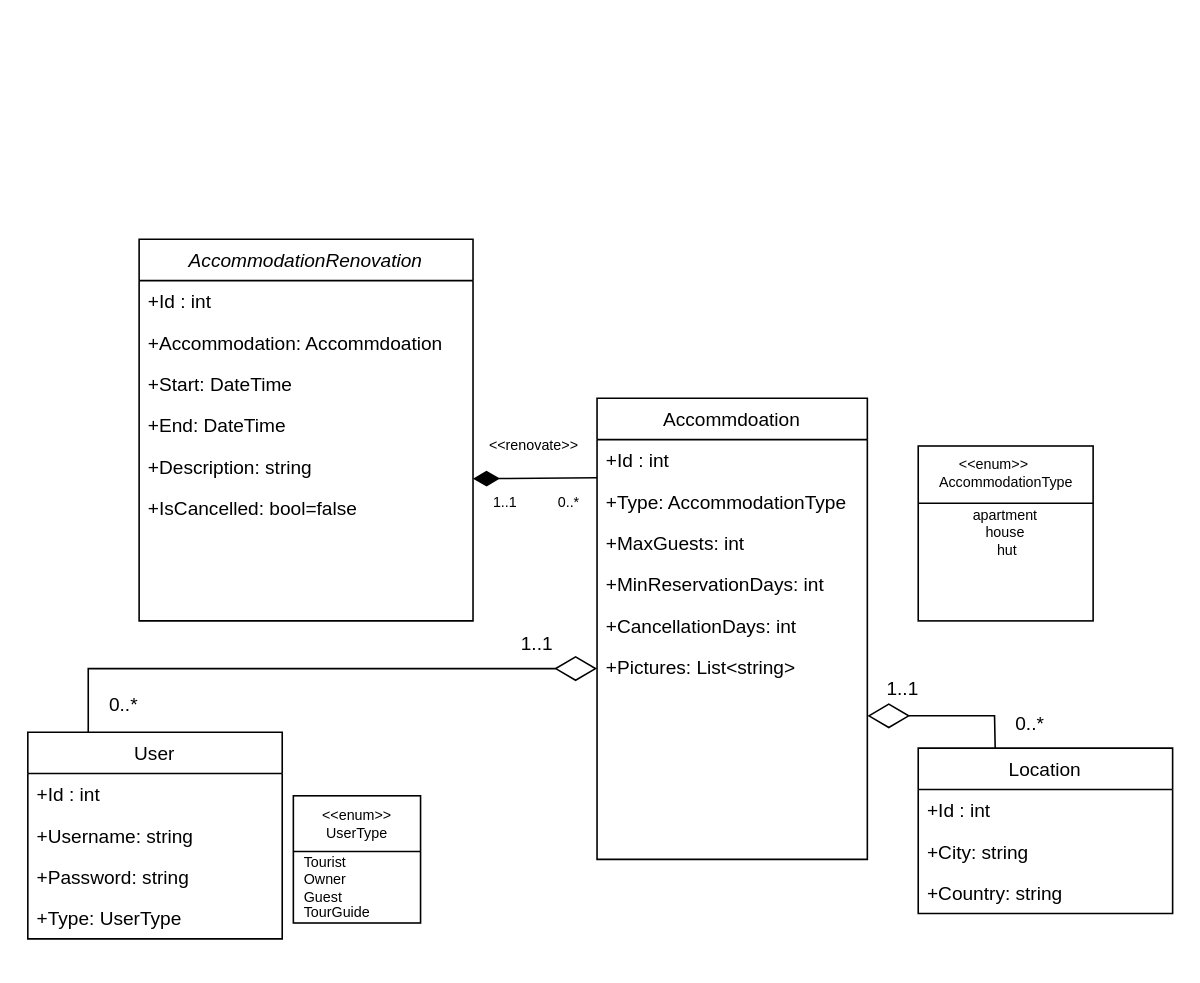
This is DIJAGRAMI/classDiagramOwner.drawio from m4r1n4181/BookingApp, a draw.io file, before an edit. Source tidied: cells renumbered, new cells numbered last; positions are measured from the earlier drawing's top-left corner, leaving out a move shared by most shapes. Both pictures are drawn from the tidied source at 159%, with x=0, y=0 at pixel (27, 238).
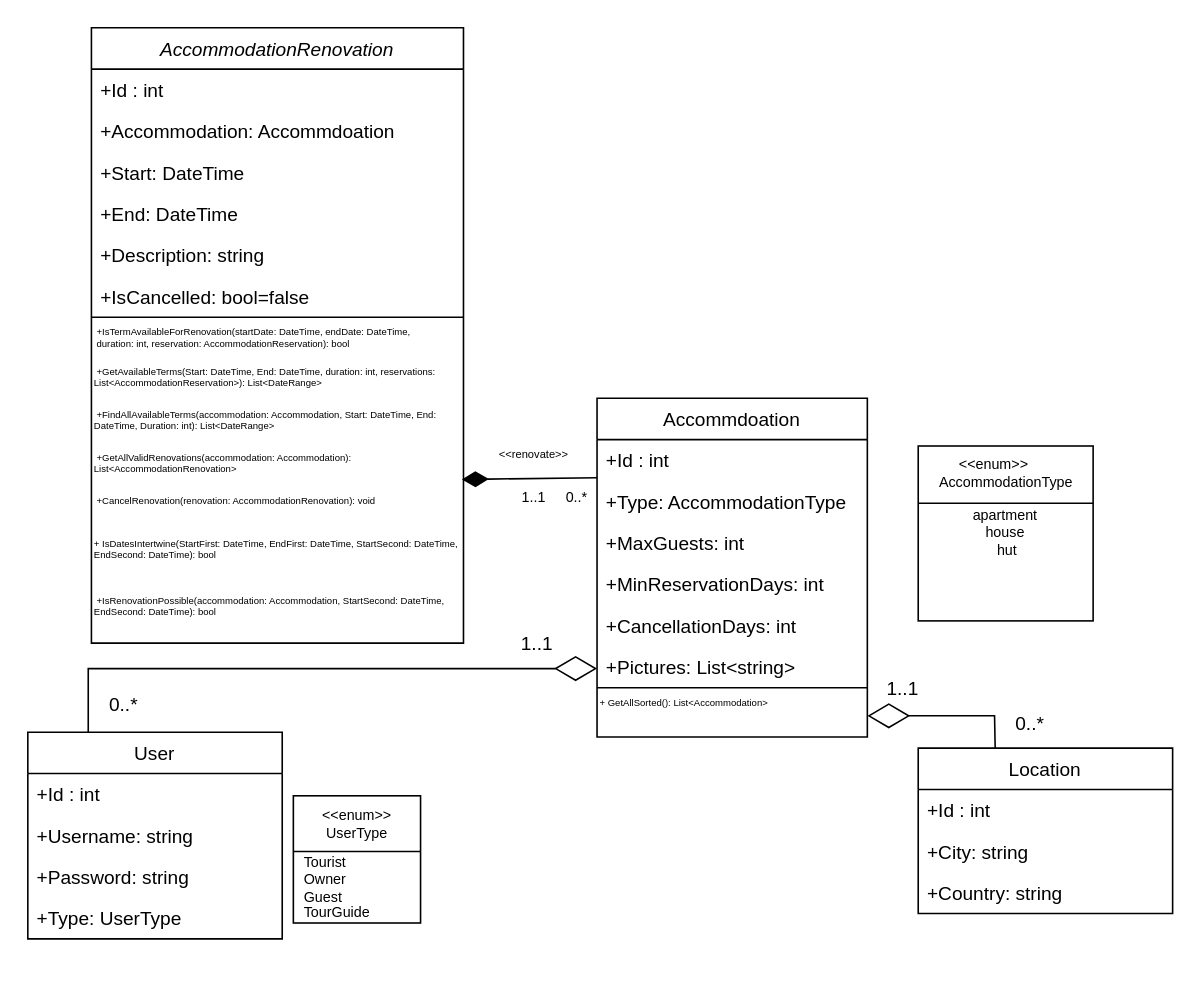
The same page after the edit.

The edit, as a diff of the source:
```diff
@@
     <mxCell id="2" value="AccommodationRenovation" style="swimlane;fontStyle=2;align=center;verticalAlign=top;horizontal=1;startSize=26;rounded=0;shadow=0;strokeWidth=1;" parent="1" vertex="1">
-      <mxGeometry x="70" width="210" height="240" as="geometry" />
+      <mxGeometry x="40" y="-133" width="234" height="387" as="geometry" />
     </mxCell>
     <mxCell id="3" value="+Id : int" style="text;align=left;verticalAlign=top;spacingLeft=4;spacingRight=4;overflow=hidden;" parent="2" vertex="1">
-      <mxGeometry y="26" width="210" height="26" as="geometry" />
+      <mxGeometry y="26" width="234" height="26" as="geometry" />
     </mxCell>
     <mxCell id="4" value="+Accommodation: Accommdoation" style="text;align=left;verticalAlign=top;spacingLeft=4;spacingRight=4;overflow=hidden;rounded=0;shadow=0;html=0;" parent="2" vertex="1">
-      <mxGeometry y="52" width="210" height="26" as="geometry" />
+      <mxGeometry y="52" width="234" height="26" as="geometry" />
     </mxCell>
     <mxCell id="5" value="+Start: DateTime&#10;" style="text;align=left;verticalAlign=top;spacingLeft=4;spacingRight=4;overflow=hidden;rounded=0;shadow=0;html=0;" parent="2" vertex="1">
-      <mxGeometry y="78" width="210" height="26" as="geometry" />
+      <mxGeometry y="78" width="234" height="26" as="geometry" />
     </mxCell>
     <mxCell id="6" value="+End: DateTime&#10;" style="text;align=left;verticalAlign=top;spacingLeft=4;spacingRight=4;overflow=hidden;rounded=0;shadow=0;html=0;" parent="2" vertex="1">
-      <mxGeometry y="104" width="210" height="26" as="geometry" />
+      <mxGeometry y="104" width="234" height="26" as="geometry" />
     </mxCell>
     <mxCell id="7" value="+Description: string&#10;" style="text;align=left;verticalAlign=top;spacingLeft=4;spacingRight=4;overflow=hidden;points=[[0,0.5],[1,0.5]];portConstraint=eastwest;rounded=0;shadow=0;html=0;" parent="2" vertex="1">
-      <mxGeometry y="130" width="210" height="26" as="geometry" />
+      <mxGeometry y="130" width="234" height="26" as="geometry" />
     </mxCell>
+    <mxCell id="44" style="endArrow=none;html=1;rounded=0;entryX=1;entryY=0;entryDx=0;entryDy=0;" parent="2" edge="1" target="46">
+      <mxGeometry relative="1" as="geometry">
+        <mxPoint y="182" as="sourcePoint" />
+      </mxGeometry>
+    </mxCell>
     <mxCell id="8" value="+IsCancelled: bool=false&#10;" style="text;align=left;verticalAlign=top;spacingLeft=4;spacingRight=4;overflow=hidden;rounded=0;shadow=0;html=0;" parent="2" vertex="1">
-      <mxGeometry y="156" width="210" height="26" as="geometry" />
+      <mxGeometry y="156" width="234" height="26" as="geometry" />
     </mxCell>
+    <mxCell id="45" style="endArrow=none;html=1;rounded=0;" parent="2" edge="1" target="46">
+      <mxGeometry relative="1" as="geometry">
+        <mxPoint y="182" as="sourcePoint" />
+      </mxGeometry>
+    </mxCell>
+    <mxCell id="46" value=" +IsTermAvailableForRenovation(startDate: DateTime, endDate: DateTime,&#10; duration: int, reservation: AccommodationReservation): bool" style="text;whiteSpace=wrap;fontSize=6;" parent="2" vertex="1">
+      <mxGeometry y="182" width="234" height="25" as="geometry" />
+    </mxCell>
+    <mxCell id="47" value=" +GetAvailableTerms(Start: DateTime, End: DateTime, duration: int, reservations: List&lt;AccommodationReservation&gt;): List&lt;DateRange&gt;" style="text;whiteSpace=wrap;fontSize=6;" parent="2" vertex="1">
+      <mxGeometry y="207" width="234" height="27" as="geometry" />
+    </mxCell>
+    <mxCell id="48" value=" +FindAllAvailableTerms(accommodation: Accommodation, Start: DateTime, End: DateTime, Duration: int): List&lt;DateRange&gt;" style="text;whiteSpace=wrap;fontSize=6;" parent="2" vertex="1">
+      <mxGeometry y="234" width="234" height="27" as="geometry" />
+    </mxCell>
+    <mxCell id="49" value=" +GetAllValidRenovations(accommodation: Accommodation): List&lt;AccommodationRenovation&gt;" style="text;whiteSpace=wrap;fontSize=6;" parent="2" vertex="1">
+      <mxGeometry y="261" width="234" height="27" as="geometry" />
+    </mxCell>
+    <mxCell id="50" value=" +CancelRenovation(renovation: AccommodationRenovation): void" style="text;whiteSpace=wrap;fontSize=6;" parent="2" vertex="1">
+      <mxGeometry y="288" width="234" height="27" as="geometry" />
+    </mxCell>
+    <mxCell id="51" value="+ IsDatesIntertwine(StartFirst: DateTime, EndFirst: DateTime, StartSecond: DateTime, EndSecond: DateTime): bool" style="text;whiteSpace=wrap;fontSize=6;" parent="2" vertex="1">
+      <mxGeometry y="315" width="234" height="36" as="geometry" />
+    </mxCell>
+    <mxCell id="52" value=" +IsRenovationPossible(accommodation: Accommodation, StartSecond: DateTime, EndSecond: DateTime): bool" style="text;whiteSpace=wrap;fontSize=6;" parent="2" vertex="1">
+      <mxGeometry y="351" width="234" height="36" as="geometry" />
+    </mxCell>
     <mxCell id="9" value="Accommdoation" style="swimlane;fontStyle=0;align=center;verticalAlign=top;horizontal=1;startSize=26;rounded=0;shadow=0;strokeWidth=1;" parent="1" vertex="1">
-      <mxGeometry x="358" y="100" width="170" height="290" as="geometry" />
+      <mxGeometry x="358" y="100" width="170" height="213" as="geometry" />
     </mxCell>
@@
+    <mxCell id="53" style="endArrow=none;html=1;rounded=0;entryX=1;entryY=0;entryDx=0;entryDy=0;" parent="9" edge="1" target="54">
+      <mxGeometry relative="1" as="geometry">
+        <mxPoint y="182" as="sourcePoint" />
+      </mxGeometry>
+    </mxCell>
+    <mxCell id="54" value="+ GetAllSorted(): List&lt;Accommodation&gt;" style="text;whiteSpace=wrap;fontSize=6;" parent="9" vertex="1">
+      <mxGeometry y="182" width="170" height="25" as="geometry" />
+    </mxCell>
@@
-    <mxCell id="40" value="&amp;lt;&amp;lt;renovate&amp;gt;&amp;gt;" style="text;html=1;align=center;verticalAlign=middle;strokeColor=none;fillColor=none;fontSize=9;" parent="1" vertex="1">
-      <mxGeometry x="278" y="120" width="80" height="20" as="geometry" />
+    <mxCell id="40" value="&lt;font style=&quot;font-size: 7px;&quot;&gt;&amp;lt;&amp;lt;renovate&amp;gt;&amp;gt;&lt;/font&gt;" style="text;html=1;align=center;verticalAlign=middle;strokeColor=none;fillColor=none;fontSize=9;" parent="1" vertex="1">
+      <mxGeometry x="286.5" y="121" width="63" height="27" as="geometry" />
     </mxCell>
-    <mxCell id="41" style="endArrow=none;startArrow=diamondThin;endFill=0;startFill=1;html=1;verticalAlign=bottom;labelBackgroundColor=none;strokeWidth=1;startSize=14;endSize=8;rounded=0;jumpSize=5;exitX=1;exitY=0.793;exitDx=0;exitDy=0;exitPerimeter=0;" parent="1" edge="1" source="7">
+    <mxCell id="41" style="endArrow=none;startArrow=diamondThin;endFill=0;startFill=1;html=1;verticalAlign=bottom;labelBackgroundColor=none;strokeWidth=1;startSize=14;endSize=8;rounded=0;jumpSize=5;" parent="1" edge="1">
       <mxGeometry relative="1" as="geometry">
+        <mxPoint x="273" y="151" as="sourcePoint" />
         <mxPoint x="358" y="150" as="targetPoint" />
       </mxGeometry>
     </mxCell>
     <mxCell id="42" value="&lt;font style=&quot;font-size: 9px;&quot;&gt;0..*&lt;/font&gt;" style="text;html=1;align=center;verticalAlign=middle;strokeColor=none;fillColor=none;" parent="1" vertex="1">
-      <mxGeometry x="322" y="151" width="36" height="27" as="geometry" />
+      <mxGeometry x="327" y="148" width="36" height="27" as="geometry" />
     </mxCell>
     <mxCell id="43" value="&lt;font style=&quot;font-size: 9px;&quot;&gt;1..1&lt;/font&gt;" style="text;html=1;align=center;verticalAlign=middle;strokeColor=none;fillColor=none;" parent="1" vertex="1">
-      <mxGeometry x="282" y="151" width="36" height="27" as="geometry" />
+      <mxGeometry x="300" y="148" width="36" height="27" as="geometry" />
     </mxCell>
```
